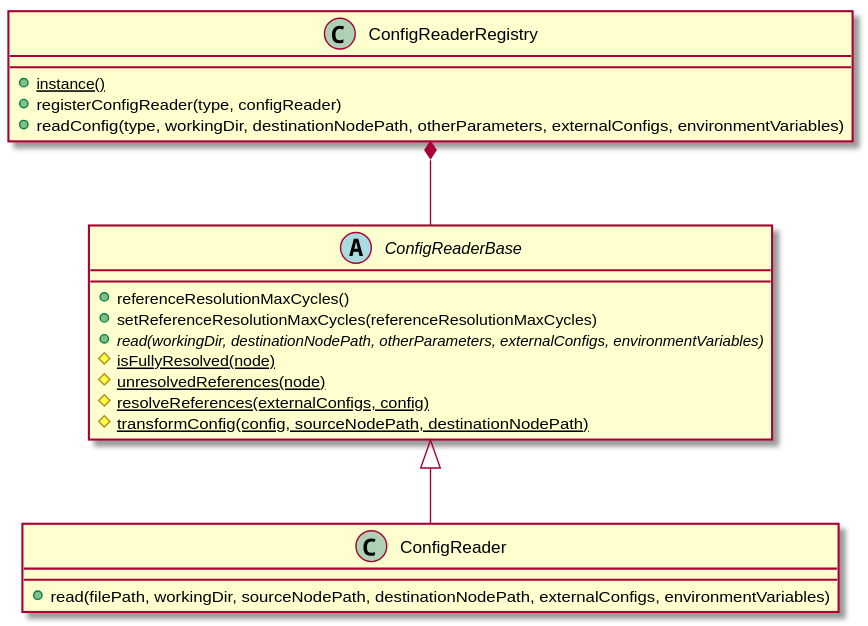
Earlier version of the PlantUML export docs/Diagrams/ClassDiagrams/ConfigReader.svg (djurodrljaca/CppConfigFramework).
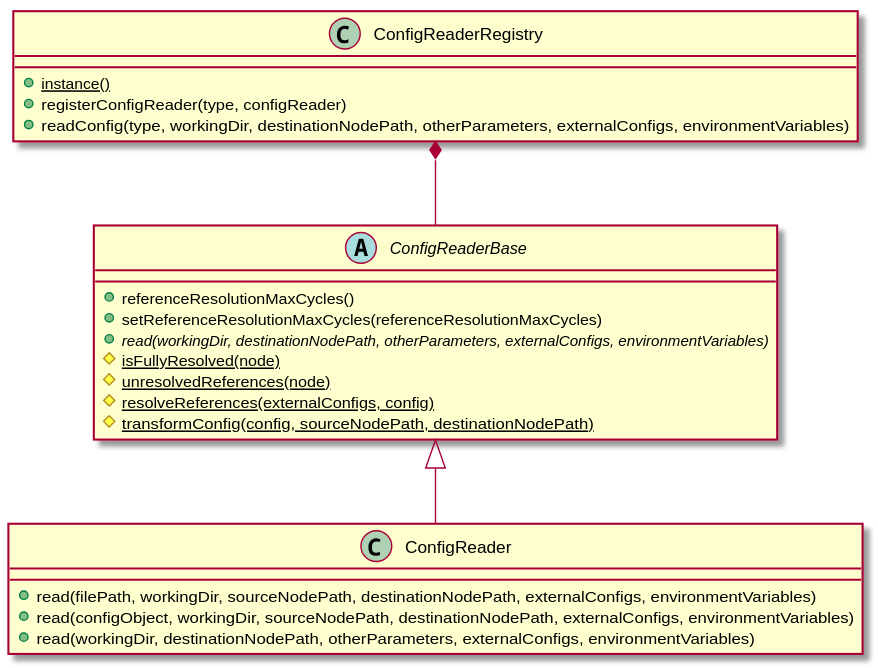
After the change.

The edit, as a diff of the source:
```diff
@@ -14,6 +14,8 @@
 
 class ConfigReader {
     +read(filePath, workingDir, sourceNodePath, destinationNodePath, externalConfigs, environmentVariables)
+    +read(configObject, workingDir, sourceNodePath, destinationNodePath, externalConfigs, environmentVariables)
+    +read(workingDir, destinationNodePath, otherParameters, externalConfigs, environmentVariables)
 }
 
 class ConfigReaderRegistry {
```
